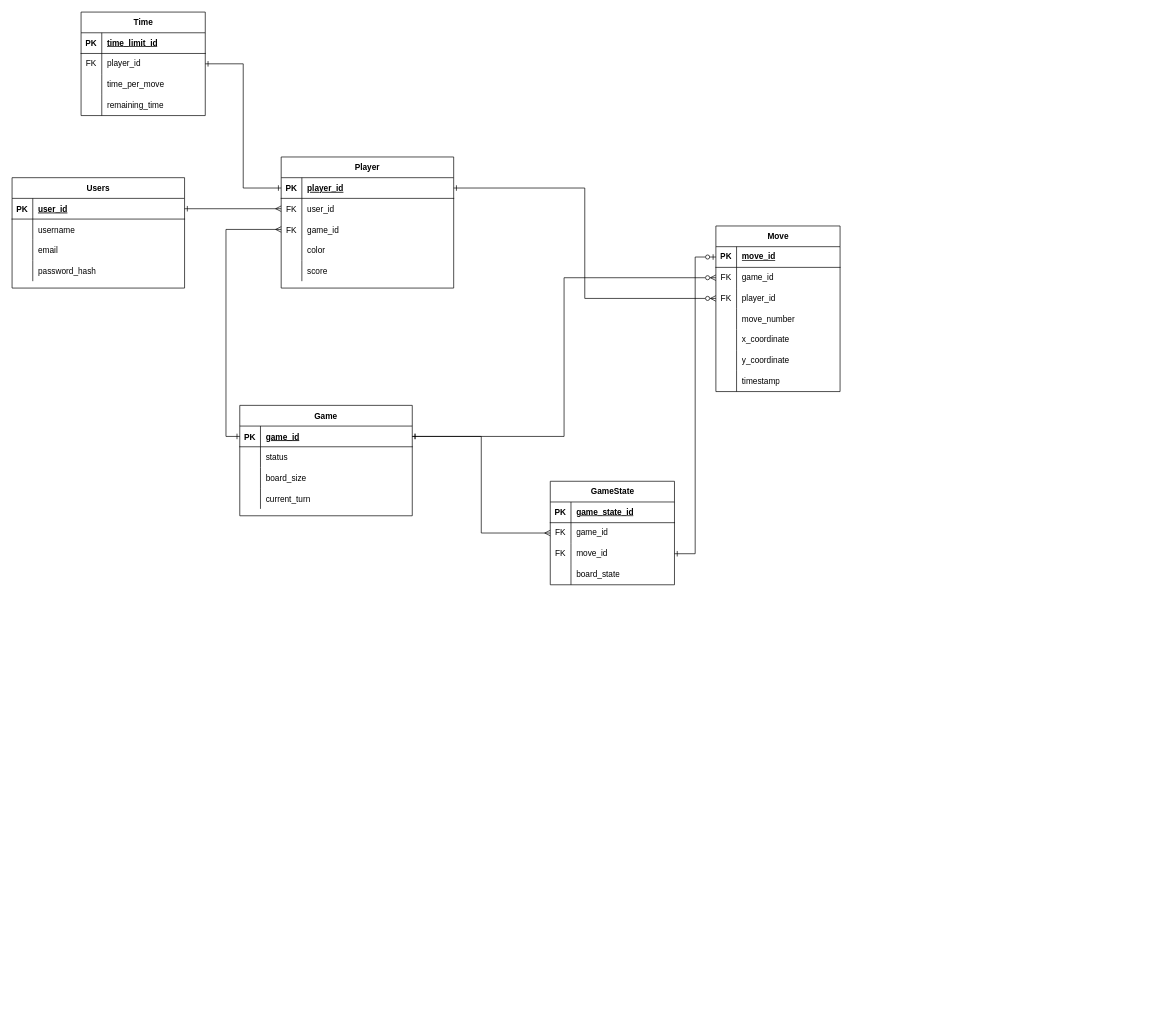
This is go.drawio from matveyGlush/go, a draw.io file, before an edit. Source tidied: cells renumbered, new cells numbered last; positions are measured from the earlier drawing's top-left corner, leaving out a move shared by most shapes. Both pictures are drawn from the tidied source at 69%, with x=0, y=0 at pixel (12, 12).
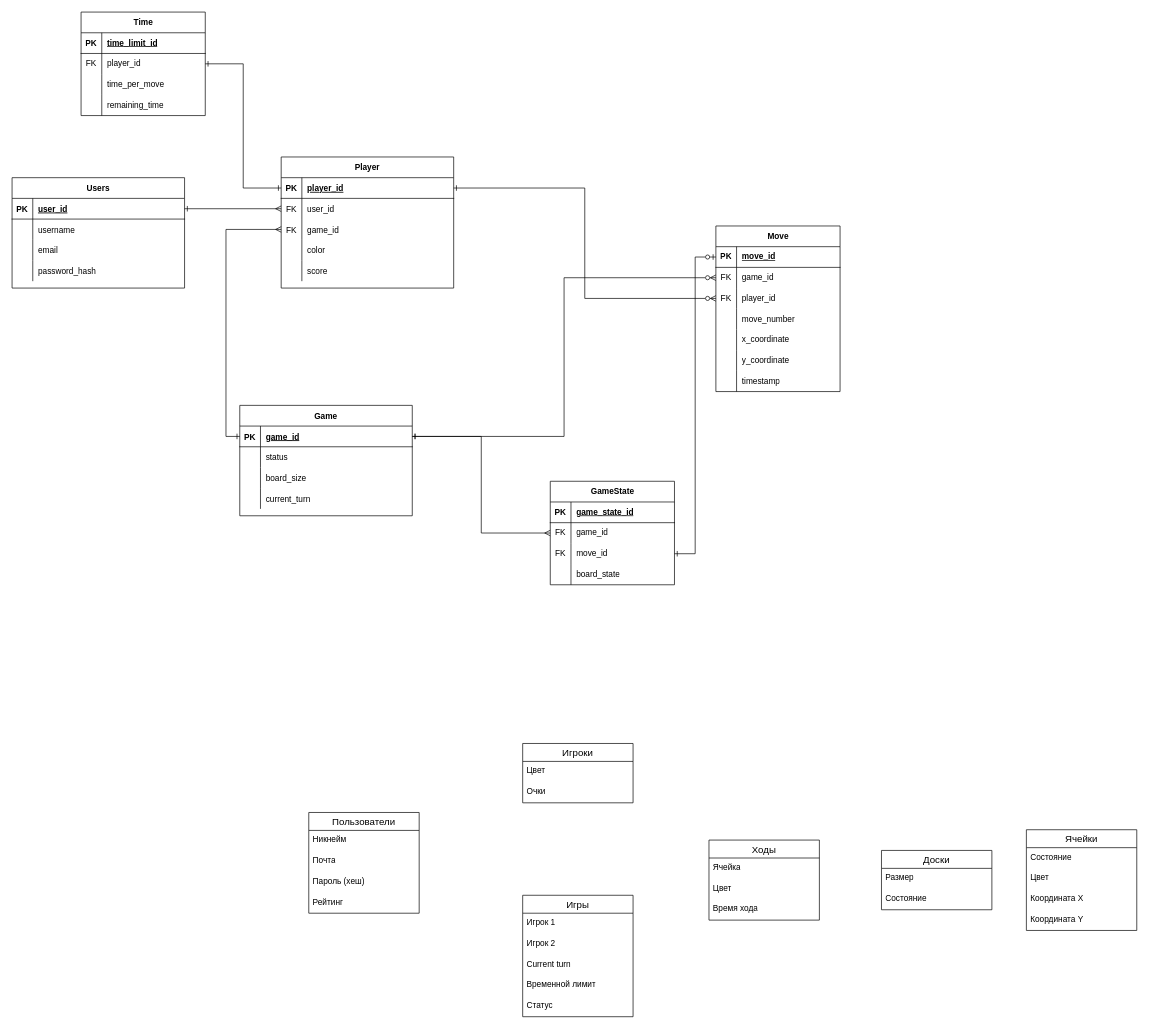
After the change.

What changed in the source:
```diff
@@
+    <mxCell id="99" value="Игроки" style="swimlane;fontStyle=0;horizontal=1;startSize=26;align=center;fontSize=14;" parent="1" vertex="1">
+      <mxGeometry x="740" y="1060" width="160" height="86" as="geometry" />
+    </mxCell>
+    <mxCell id="100" value="Цвет" style="text;strokeColor=none;fillColor=none;spacingLeft=4;spacingRight=4;overflow=hidden;fontSize=12;whiteSpace=wrap;html=1;" parent="99" vertex="1">
+      <mxGeometry y="26" width="160" height="30" as="geometry" />
+    </mxCell>
+    <mxCell id="101" value="Очки" style="text;strokeColor=none;fillColor=none;spacingLeft=4;spacingRight=4;overflow=hidden;fontSize=12;whiteSpace=wrap;html=1;" parent="99" vertex="1">
+      <mxGeometry y="56" width="160" height="30" as="geometry" />
+    </mxCell>
+    <mxCell id="102" value="Пользователи" style="swimlane;fontStyle=0;horizontal=1;startSize=26;align=center;fontSize=14;" parent="1" vertex="1">
+      <mxGeometry x="430" y="1160" width="160" height="146" as="geometry" />
+    </mxCell>
+    <mxCell id="103" value="Никнейм" style="text;strokeColor=none;fillColor=none;spacingLeft=4;spacingRight=4;overflow=hidden;fontSize=12;whiteSpace=wrap;html=1;" parent="102" vertex="1">
+      <mxGeometry y="26" width="160" height="30" as="geometry" />
+    </mxCell>
+    <mxCell id="104" value="Почта" style="text;strokeColor=none;fillColor=none;spacingLeft=4;spacingRight=4;overflow=hidden;fontSize=12;whiteSpace=wrap;html=1;" parent="102" vertex="1">
+      <mxGeometry y="56" width="160" height="30" as="geometry" />
+    </mxCell>
+    <mxCell id="105" value="Пароль (хеш)" style="text;strokeColor=none;fillColor=none;spacingLeft=4;spacingRight=4;overflow=hidden;fontSize=12;whiteSpace=wrap;html=1;" parent="102" vertex="1">
+      <mxGeometry y="86" width="160" height="30" as="geometry" />
+    </mxCell>
+    <mxCell id="106" value="Рейтинг" style="text;strokeColor=none;fillColor=none;spacingLeft=4;spacingRight=4;overflow=hidden;fontSize=12;whiteSpace=wrap;html=1;" parent="102" vertex="1">
+      <mxGeometry y="116" width="160" height="30" as="geometry" />
+    </mxCell>
+    <mxCell id="107" value="Игры" style="swimlane;fontStyle=0;horizontal=1;startSize=26;align=center;fontSize=14;" parent="1" vertex="1">
+      <mxGeometry x="740" y="1280" width="160" height="176" as="geometry" />
+    </mxCell>
+    <mxCell id="108" value="Игрок 1" style="text;strokeColor=none;fillColor=none;spacingLeft=4;spacingRight=4;overflow=hidden;fontSize=12;whiteSpace=wrap;html=1;" parent="107" vertex="1">
+      <mxGeometry y="26" width="160" height="30" as="geometry" />
+    </mxCell>
+    <mxCell id="109" value="Игрок 2" style="text;strokeColor=none;fillColor=none;spacingLeft=4;spacingRight=4;overflow=hidden;fontSize=12;whiteSpace=wrap;html=1;" parent="107" vertex="1">
+      <mxGeometry y="56" width="160" height="30" as="geometry" />
+    </mxCell>
+    <mxCell id="110" value="Current turn" style="text;strokeColor=none;fillColor=none;spacingLeft=4;spacingRight=4;overflow=hidden;fontSize=12;whiteSpace=wrap;html=1;" parent="107" vertex="1">
+      <mxGeometry y="86" width="160" height="30" as="geometry" />
+    </mxCell>
+    <mxCell id="111" value="Временной лимит" style="text;strokeColor=none;fillColor=none;spacingLeft=4;spacingRight=4;overflow=hidden;fontSize=12;whiteSpace=wrap;html=1;" parent="107" vertex="1">
+      <mxGeometry y="116" width="160" height="30" as="geometry" />
+    </mxCell>
+    <mxCell id="112" value="Статус" style="text;strokeColor=none;fillColor=none;spacingLeft=4;spacingRight=4;overflow=hidden;fontSize=12;whiteSpace=wrap;html=1;" parent="107" vertex="1">
+      <mxGeometry y="146" width="160" height="30" as="geometry" />
+    </mxCell>
+    <mxCell id="113" value="Ходы" style="swimlane;fontStyle=0;horizontal=1;startSize=26;align=center;fontSize=14;" parent="1" vertex="1">
+      <mxGeometry x="1010" y="1200" width="160" height="116" as="geometry" />
+    </mxCell>
+    <mxCell id="114" value="Ячейка" style="text;strokeColor=none;fillColor=none;spacingLeft=4;spacingRight=4;overflow=hidden;fontSize=12;whiteSpace=wrap;html=1;" parent="113" vertex="1">
+      <mxGeometry y="26" width="160" height="30" as="geometry" />
+    </mxCell>
+    <mxCell id="115" value="Цвет" style="text;strokeColor=none;fillColor=none;spacingLeft=4;spacingRight=4;overflow=hidden;fontSize=12;whiteSpace=wrap;html=1;" parent="113" vertex="1">
+      <mxGeometry y="56" width="160" height="30" as="geometry" />
+    </mxCell>
+    <mxCell id="116" value="Время хода" style="text;strokeColor=none;fillColor=none;spacingLeft=4;spacingRight=4;overflow=hidden;fontSize=12;whiteSpace=wrap;html=1;" parent="113" vertex="1">
+      <mxGeometry y="86" width="160" height="30" as="geometry" />
+    </mxCell>
+    <mxCell id="117" value="Доски" style="swimlane;fontStyle=0;horizontal=1;startSize=26;align=center;fontSize=14;" parent="1" vertex="1">
+      <mxGeometry x="1260" y="1215" width="160" height="86" as="geometry" />
+    </mxCell>
+    <mxCell id="118" value="Размер" style="text;strokeColor=none;fillColor=none;spacingLeft=4;spacingRight=4;overflow=hidden;fontSize=12;whiteSpace=wrap;html=1;" parent="117" vertex="1">
+      <mxGeometry y="26" width="160" height="30" as="geometry" />
+    </mxCell>
+    <mxCell id="119" value="Состояние" style="text;strokeColor=none;fillColor=none;spacingLeft=4;spacingRight=4;overflow=hidden;fontSize=12;whiteSpace=wrap;html=1;" parent="117" vertex="1">
+      <mxGeometry y="56" width="160" height="30" as="geometry" />
+    </mxCell>
+    <mxCell id="120" value="Ячейки" style="swimlane;fontStyle=0;horizontal=1;startSize=26;align=center;fontSize=14;" parent="1" vertex="1">
+      <mxGeometry x="1470" y="1185" width="160" height="146" as="geometry" />
+    </mxCell>
+    <mxCell id="121" value="Состояние" style="text;strokeColor=none;fillColor=none;spacingLeft=4;spacingRight=4;overflow=hidden;fontSize=12;whiteSpace=wrap;html=1;" parent="120" vertex="1">
+      <mxGeometry y="26" width="160" height="30" as="geometry" />
+    </mxCell>
+    <mxCell id="122" value="Цвет" style="text;strokeColor=none;fillColor=none;spacingLeft=4;spacingRight=4;overflow=hidden;fontSize=12;whiteSpace=wrap;html=1;" parent="120" vertex="1">
+      <mxGeometry y="56" width="160" height="30" as="geometry" />
+    </mxCell>
+    <mxCell id="123" value="Координата X" style="text;strokeColor=none;fillColor=none;spacingLeft=4;spacingRight=4;overflow=hidden;fontSize=12;whiteSpace=wrap;html=1;" parent="120" vertex="1">
+      <mxGeometry y="86" width="160" height="30" as="geometry" />
+    </mxCell>
+    <mxCell id="124" value="Координата Y" style="text;strokeColor=none;fillColor=none;spacingLeft=4;spacingRight=4;overflow=hidden;fontSize=12;whiteSpace=wrap;html=1;" parent="120" vertex="1">
+      <mxGeometry y="116" width="160" height="30" as="geometry" />
+    </mxCell>
```
